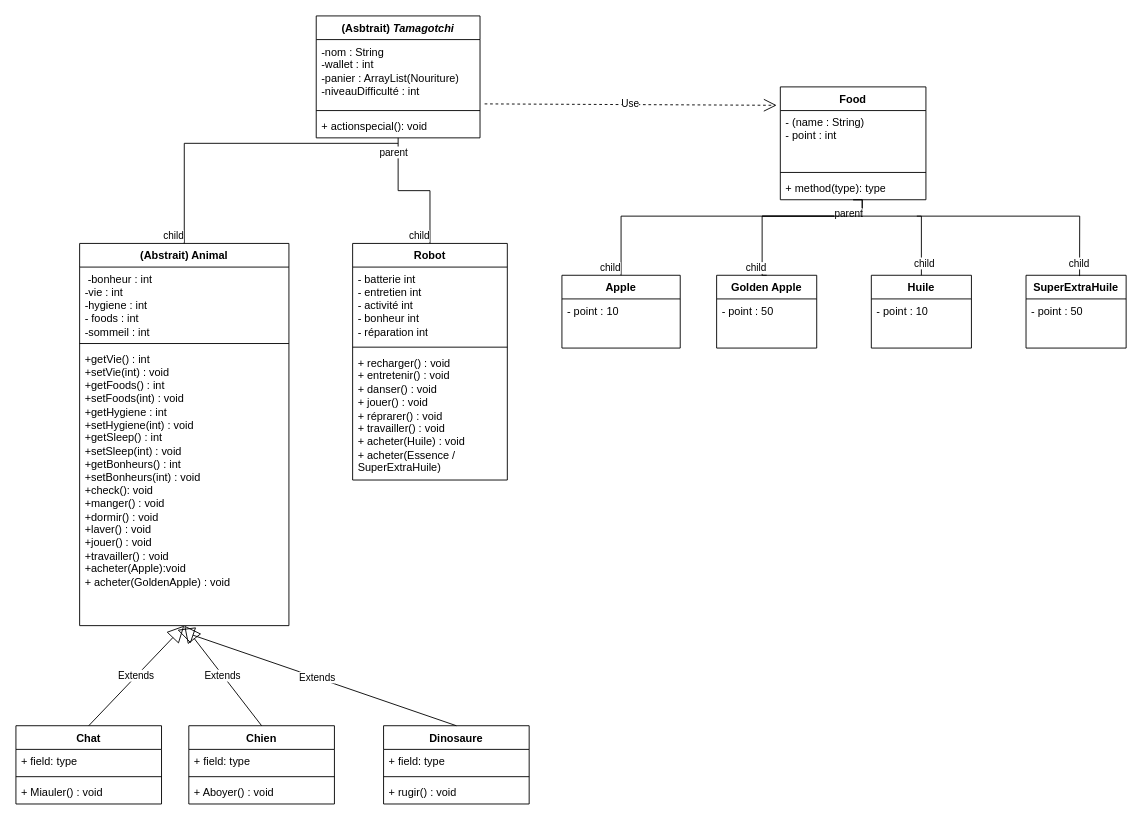
This is page "Page-2" (2 of 2) of Diagram.drawio from BMaurice56/Tamagotchi, a draw.io file, before an edit. Source tidied: cells renumbered, new cells numbered last; positions are measured from the earlier drawing's top-left corner, leaving out a move shared by most shapes. Both pictures are drawn from the tidied source at 91%, with x=0, y=0 at pixel (15, 15).
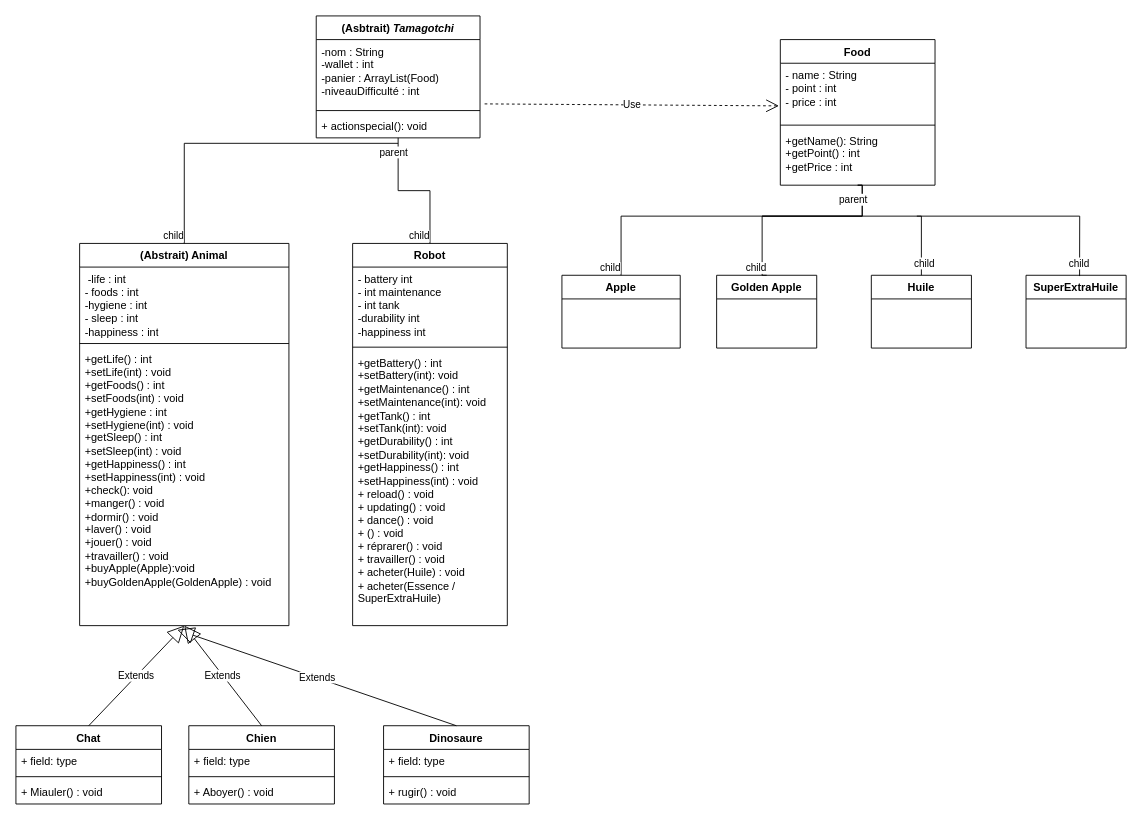
Above is the later version.

Commit message:
Mettre à jour Diagram.drawio

The change refers to these unchanged cells:
```xml
<mxCell id="2" value="(Asbtrait)&amp;nbsp;&lt;i&gt;Tamagotchi&lt;/i&gt;" style="swimlane;fontStyle=1;align=center;verticalAlign=top;horizontal=1;startSize=26;whiteSpace=wrap;html=1;" parent="1" vertex="1">
  <mxGeometry x="330" width="180" height="134" as="geometry" />
</mxCell>
<mxCell id="14" value="(Abstrait) Animal" style="swimlane;fontStyle=1;align=center;verticalAlign=top;horizontal=1;startSize=26;whiteSpace=wrap;html=1;" parent="1" vertex="1">
  <mxGeometry x="70" y="250" width="230" height="420" as="geometry" />
</mxCell>
<mxCell id="28" value="Apple" style="swimlane;fontStyle=1;align=center;verticalAlign=top;horizontal=1;startSize=26;whiteSpace=wrap;html=1;" parent="1" vertex="1">
  <mxGeometry x="600" y="285" width="130" height="80" as="geometry" />
</mxCell>
<mxCell id="30" value="Golden Apple" style="swimlane;fontStyle=1;align=center;verticalAlign=top;horizontal=1;startSize=26;whiteSpace=wrap;html=1;" parent="1" vertex="1">
  <mxGeometry x="770" y="285" width="110" height="80" as="geometry" />
</mxCell>
<mxCell id="38" value="Huile" style="swimlane;fontStyle=1;align=center;verticalAlign=top;horizontal=1;startSize=26;whiteSpace=wrap;html=1;" parent="1" vertex="1">
  <mxGeometry x="940" y="285" width="110" height="80" as="geometry" />
</mxCell>
<mxCell id="40" value="SuperExtraHuile" style="swimlane;fontStyle=1;align=center;verticalAlign=top;horizontal=1;startSize=26;whiteSpace=wrap;html=1;" parent="1" vertex="1">
  <mxGeometry x="1110" y="285" width="110" height="80" as="geometry" />
</mxCell>
```

Diff of the diagram source:
```diff
@@
-    <mxCell id="3" value="&lt;div&gt;-nom : String&lt;/div&gt;&lt;div&gt;-wallet : int&lt;/div&gt;&lt;div&gt;-panier : ArrayList(Nouriture) &lt;br&gt;&lt;/div&gt;&lt;div&gt;-niveauDifficulté : int&lt;/div&gt;" style="text;strokeColor=none;fillColor=none;align=left;verticalAlign=top;spacingLeft=4;spacingRight=4;overflow=hidden;points=[[0,0.5],[1,0.5]];portConstraint=eastwest;whiteSpace=wrap;html=1;" parent="2" vertex="1">
+    <mxCell id="3" value="&lt;div&gt;-nom : String&lt;/div&gt;&lt;div&gt;-wallet : int&lt;/div&gt;&lt;div&gt;-panier : ArrayList(Food) &lt;br&gt;&lt;/div&gt;&lt;div&gt;-niveauDifficulté : int&lt;/div&gt;" style="text;strokeColor=none;fillColor=none;align=left;verticalAlign=top;spacingLeft=4;spacingRight=4;overflow=hidden;points=[[0,0.5],[1,0.5]];portConstraint=eastwest;whiteSpace=wrap;html=1;" parent="2" vertex="1">
       <mxGeometry y="26" width="180" height="74" as="geometry" />
     </mxCell>
@@
     <mxCell id="10" value="Robot" style="swimlane;fontStyle=1;align=center;verticalAlign=top;horizontal=1;startSize=26;whiteSpace=wrap;html=1;" parent="1" vertex="1">
-      <mxGeometry x="370" y="250" width="170" height="260" as="geometry" />
+      <mxGeometry x="370" y="250" width="170" height="420" as="geometry" />
     </mxCell>
-    <mxCell id="11" value="- batterie int&lt;br&gt;- entretien int&lt;br&gt;- activité int&lt;br&gt;- bonheur int&lt;br&gt;- réparation int" style="text;strokeColor=none;fillColor=none;align=left;verticalAlign=top;spacingLeft=4;spacingRight=4;overflow=hidden;whiteSpace=wrap;html=1;" parent="10" vertex="1">
+    <mxCell id="11" value="- battery int&lt;br&gt;- int&amp;nbsp;maintenance&lt;br&gt;- int tank&lt;br&gt;-durability int&lt;br&gt;-happiness&amp;nbsp;int" style="text;strokeColor=none;fillColor=none;align=left;verticalAlign=top;spacingLeft=4;spacingRight=4;overflow=hidden;whiteSpace=wrap;html=1;" parent="10" vertex="1">
       <mxGeometry y="26" width="170" height="84" as="geometry" />
     </mxCell>
@@
-    <mxCell id="13" value="+ recharger() : void&lt;br&gt;&lt;div&gt;+ entretenir() : void&lt;/div&gt;+ danser() : void&lt;br&gt;+ jouer() : void&lt;br&gt;+ réprarer() : void&lt;br&gt;+ travailler() : void&lt;br&gt;+ acheter(Huile) : void&lt;br&gt;+ acheter(Essence / SuperExtraHuile)" style="text;strokeColor=none;fillColor=none;align=left;verticalAlign=top;spacingLeft=4;spacingRight=4;overflow=hidden;whiteSpace=wrap;html=1;" parent="10" vertex="1">
-      <mxGeometry y="118" width="170" height="142" as="geometry" />
+    <mxCell id="13" value="+getBattery() : int&lt;br&gt;+setBattery(int): void&lt;br&gt;+getMaintenance() : int&lt;br style=&quot;border-color: var(--border-color);&quot;&gt;+setMaintenance(int): void&lt;br&gt;+getTank() : int&lt;br style=&quot;border-color: var(--border-color);&quot;&gt;+setTank(int): void&lt;br&gt;+getDurability() : int&lt;br style=&quot;border-color: var(--border-color);&quot;&gt;+setDurability(int): void&lt;br&gt;&lt;div style=&quot;border-color: var(--border-color);&quot;&gt;+getHappiness() : int&lt;br style=&quot;border-color: var(--border-color);&quot;&gt;&lt;/div&gt;+setHappiness(int) : void&lt;br&gt;+ reload() : void&lt;br&gt;&lt;div&gt;+ updating() : void&lt;/div&gt;+ dance() : void&lt;br&gt;+ () : void&lt;br&gt;+ réprarer() : void&lt;br&gt;+ travailler() : void&lt;br&gt;+ acheter(Huile) : void&lt;br&gt;+ acheter(Essence / SuperExtraHuile)" style="text;strokeColor=none;fillColor=none;align=left;verticalAlign=top;spacingLeft=4;spacingRight=4;overflow=hidden;whiteSpace=wrap;html=1;" parent="10" vertex="1">
+      <mxGeometry y="118" width="170" height="302" as="geometry" />
     </mxCell>
@@
-    <mxCell id="15" value="&lt;div&gt;&amp;nbsp;-bonheur : int&lt;br&gt;&lt;/div&gt;&lt;div&gt;-vie : int&lt;/div&gt;&lt;div&gt;-hygiene : int&lt;/div&gt;&lt;div&gt;- foods : int&lt;/div&gt;&lt;div&gt;-sommeil : int&lt;br&gt;&lt;/div&gt;&lt;div&gt;&lt;br&gt;&lt;/div&gt;" style="text;strokeColor=none;fillColor=none;align=left;verticalAlign=top;spacingLeft=4;spacingRight=4;overflow=hidden;whiteSpace=wrap;html=1;" parent="14" vertex="1">
+    <mxCell id="15" value="&lt;div&gt;&amp;nbsp;-life : int&lt;br&gt;&lt;/div&gt;&lt;div&gt;- foods : int&lt;/div&gt;&lt;div&gt;-hygiene : int&lt;/div&gt;&lt;div&gt;- sleep : int&lt;/div&gt;&lt;div&gt;-happiness : int&lt;br&gt;&lt;/div&gt;&lt;div&gt;&lt;br&gt;&lt;/div&gt;" style="text;strokeColor=none;fillColor=none;align=left;verticalAlign=top;spacingLeft=4;spacingRight=4;overflow=hidden;whiteSpace=wrap;html=1;" parent="14" vertex="1">
       <mxGeometry y="26" width="230" height="80" as="geometry" />
     </mxCell>
@@
-    <mxCell id="17" value="&lt;div&gt;+getVie() : int&lt;br&gt;&lt;/div&gt;&lt;div&gt;+setVie(int) : void&lt;/div&gt;&lt;div&gt;&lt;div&gt;+getFoods() : int&lt;br&gt;&lt;/div&gt;+setFoods(int) : void&lt;/div&gt;&lt;div&gt;&lt;div&gt;+getHygiene : int&lt;br&gt;&lt;/div&gt;+setHygiene(int) : void&lt;/div&gt;&lt;div&gt;&lt;div&gt;+getSleep() : int&lt;br&gt;&lt;/div&gt;+setSleep(int) : void&lt;/div&gt;&lt;div&gt;&lt;div&gt;+getBonheurs() : int&lt;br&gt;&lt;/div&gt;+setBonheurs(int) : void&lt;/div&gt;&lt;div&gt;+check(): void&lt;br&gt;&lt;/div&gt;&lt;div&gt;+manger() : void&lt;/div&gt;&lt;div&gt;+dormir() : void&lt;/div&gt;&lt;div&gt;+laver() : void&lt;/div&gt;&lt;div&gt;+jouer() : void&lt;/div&gt;&lt;div&gt;+travailler() : void&lt;br&gt;&lt;/div&gt;&lt;div&gt;+acheter(Apple):void&lt;/div&gt;&lt;div&gt;+ acheter(GoldenApple) : void&lt;/div&gt;&lt;div&gt;&lt;br&gt;&lt;/div&gt;" style="text;strokeColor=none;fillColor=none;align=left;verticalAlign=top;spacingLeft=4;spacingRight=4;overflow=hidden;points=[[0,0.5],[1,0.5]];portConstraint=eastwest;whiteSpace=wrap;html=1;" parent="14" vertex="1">
+    <mxCell id="17" value="&lt;div&gt;+getLife() : int&lt;br&gt;&lt;/div&gt;&lt;div&gt;+setLife(int) : void&lt;/div&gt;&lt;div&gt;&lt;div&gt;+getFoods() : int&lt;br&gt;&lt;/div&gt;+setFoods(int) : void&lt;/div&gt;&lt;div&gt;&lt;div&gt;+getHygiene : int&lt;br&gt;&lt;/div&gt;+setHygiene(int) : void&lt;/div&gt;&lt;div&gt;&lt;div&gt;+getSleep() : int&lt;br&gt;&lt;/div&gt;+setSleep(int) : void&lt;/div&gt;&lt;div&gt;&lt;div&gt;+getHappiness() : int&lt;br&gt;&lt;/div&gt;+setHappiness(int) : void&lt;/div&gt;&lt;div&gt;+check(): void&lt;br&gt;&lt;/div&gt;&lt;div&gt;+manger() : void&lt;/div&gt;&lt;div&gt;+dormir() : void&lt;/div&gt;&lt;div&gt;+laver() : void&lt;/div&gt;&lt;div&gt;+jouer() : void&lt;/div&gt;&lt;div&gt;+travailler() : void&lt;br&gt;&lt;/div&gt;&lt;div&gt;+buyApple(Apple):void&lt;/div&gt;&lt;div&gt;+buyGoldenApple(GoldenApple) : void&lt;/div&gt;&lt;div&gt;&lt;br&gt;&lt;/div&gt;" style="text;strokeColor=none;fillColor=none;align=left;verticalAlign=top;spacingLeft=4;spacingRight=4;overflow=hidden;points=[[0,0.5],[1,0.5]];portConstraint=eastwest;whiteSpace=wrap;html=1;" parent="14" vertex="1">
       <mxGeometry y="114" width="230" height="306" as="geometry" />
     </mxCell>
@@
     <mxCell id="23" value="Food" style="swimlane;fontStyle=1;align=center;verticalAlign=top;horizontal=1;startSize=26;whiteSpace=wrap;html=1;" parent="1" vertex="1">
-      <mxGeometry x="840" y="78" width="160" height="124" as="geometry" />
+      <mxGeometry x="840" y="26" width="170" height="160" as="geometry" />
     </mxCell>
-    <mxCell id="24" value="&lt;div&gt;- (name : String)&lt;/div&gt;&lt;div&gt;- point : int&lt;/div&gt;&lt;div&gt;&lt;br&gt;&lt;/div&gt;" style="text;strokeColor=none;fillColor=none;align=left;verticalAlign=top;spacingLeft=4;spacingRight=4;overflow=hidden;points=[[0,0.5],[1,0.5]];portConstraint=eastwest;whiteSpace=wrap;html=1;" parent="23" vertex="1">
-      <mxGeometry y="26" width="160" height="64" as="geometry" />
+    <mxCell id="24" value="&lt;div&gt;- name : String&lt;/div&gt;&lt;div&gt;- point : int&lt;/div&gt;&lt;div&gt;- price : int&lt;/div&gt;&lt;div&gt;&lt;br&gt;&lt;/div&gt;" style="text;strokeColor=none;fillColor=none;align=left;verticalAlign=top;spacingLeft=4;spacingRight=4;overflow=hidden;points=[[0,0.5],[1,0.5]];portConstraint=eastwest;whiteSpace=wrap;html=1;" parent="23" vertex="1">
+      <mxGeometry y="26" width="170" height="64" as="geometry" />
     </mxCell>
     <mxCell id="25" style="line;strokeWidth=1;fillColor=none;align=left;verticalAlign=middle;spacingTop=-1;spacingLeft=3;spacingRight=3;labelPosition=right;strokeColor=inherit;" parent="23" vertex="1">
-      <mxGeometry y="90" width="160" height="8" as="geometry" />
+      <mxGeometry y="90" width="170" height="8" as="geometry" />
     </mxCell>
-    <mxCell id="26" value="+ method(type): type" style="text;strokeColor=none;fillColor=none;align=left;verticalAlign=top;spacingLeft=4;spacingRight=4;overflow=hidden;whiteSpace=wrap;html=1;" parent="23" vertex="1">
-      <mxGeometry y="98" width="160" height="26" as="geometry" />
+    <mxCell id="26" value="+getName(): String&lt;br&gt;+getPoint() : int&lt;br&gt;+getPrice : int" style="text;strokeColor=none;fillColor=none;align=left;verticalAlign=top;spacingLeft=4;spacingRight=4;overflow=hidden;whiteSpace=wrap;html=1;" parent="23" vertex="1">
+      <mxGeometry y="98" width="170" height="62" as="geometry" />
     </mxCell>
-    <mxCell id="27" value="Use" style="endArrow=open;endSize=12;dashed=1;html=1;rounded=0;exitX=1.028;exitY=0.955;exitDx=0;exitDy=0;exitPerimeter=0;entryX=-0.025;entryY=0.163;entryDx=0;entryDy=0;entryPerimeter=0;" parent="1" edge="1" source="3" target="23">
+    <mxCell id="27" value="Use" style="endArrow=open;endSize=12;dashed=1;html=1;rounded=0;exitX=1.028;exitY=0.955;exitDx=0;exitDy=0;exitPerimeter=0;entryX=-0.009;entryY=0.732;entryDx=0;entryDy=0;entryPerimeter=0;" parent="1" edge="1" source="3" target="24">
       <mxGeometry relative="1" as="geometry" />
     </mxCell>
@@
-    <mxCell id="29" value="- point : 10" style="text;strokeColor=none;fillColor=none;align=left;verticalAlign=top;spacingLeft=4;spacingRight=4;overflow=hidden;whiteSpace=wrap;html=1;" parent="28" vertex="1">
-      <mxGeometry y="26" width="130" height="54" as="geometry" />
-    </mxCell>
@@
-    <mxCell id="31" value="- point : 50" style="text;strokeColor=none;fillColor=none;align=left;verticalAlign=top;spacingLeft=4;spacingRight=4;overflow=hidden;whiteSpace=wrap;html=1;" parent="30" vertex="1">
-      <mxGeometry y="26" width="110" height="54" as="geometry" />
-    </mxCell>
@@
-    <mxCell id="39" value="- point : 10" style="text;strokeColor=none;fillColor=none;align=left;verticalAlign=top;spacingLeft=4;spacingRight=4;overflow=hidden;whiteSpace=wrap;html=1;" parent="38" vertex="1">
-      <mxGeometry y="26" width="110" height="54" as="geometry" />
-    </mxCell>
@@
-    <mxCell id="41" value="- point : 50" style="text;strokeColor=none;fillColor=none;align=left;verticalAlign=top;spacingLeft=4;spacingRight=4;overflow=hidden;whiteSpace=wrap;html=1;" parent="40" vertex="1">
-      <mxGeometry y="26" width="110" height="54" as="geometry" />
-    </mxCell>
```
